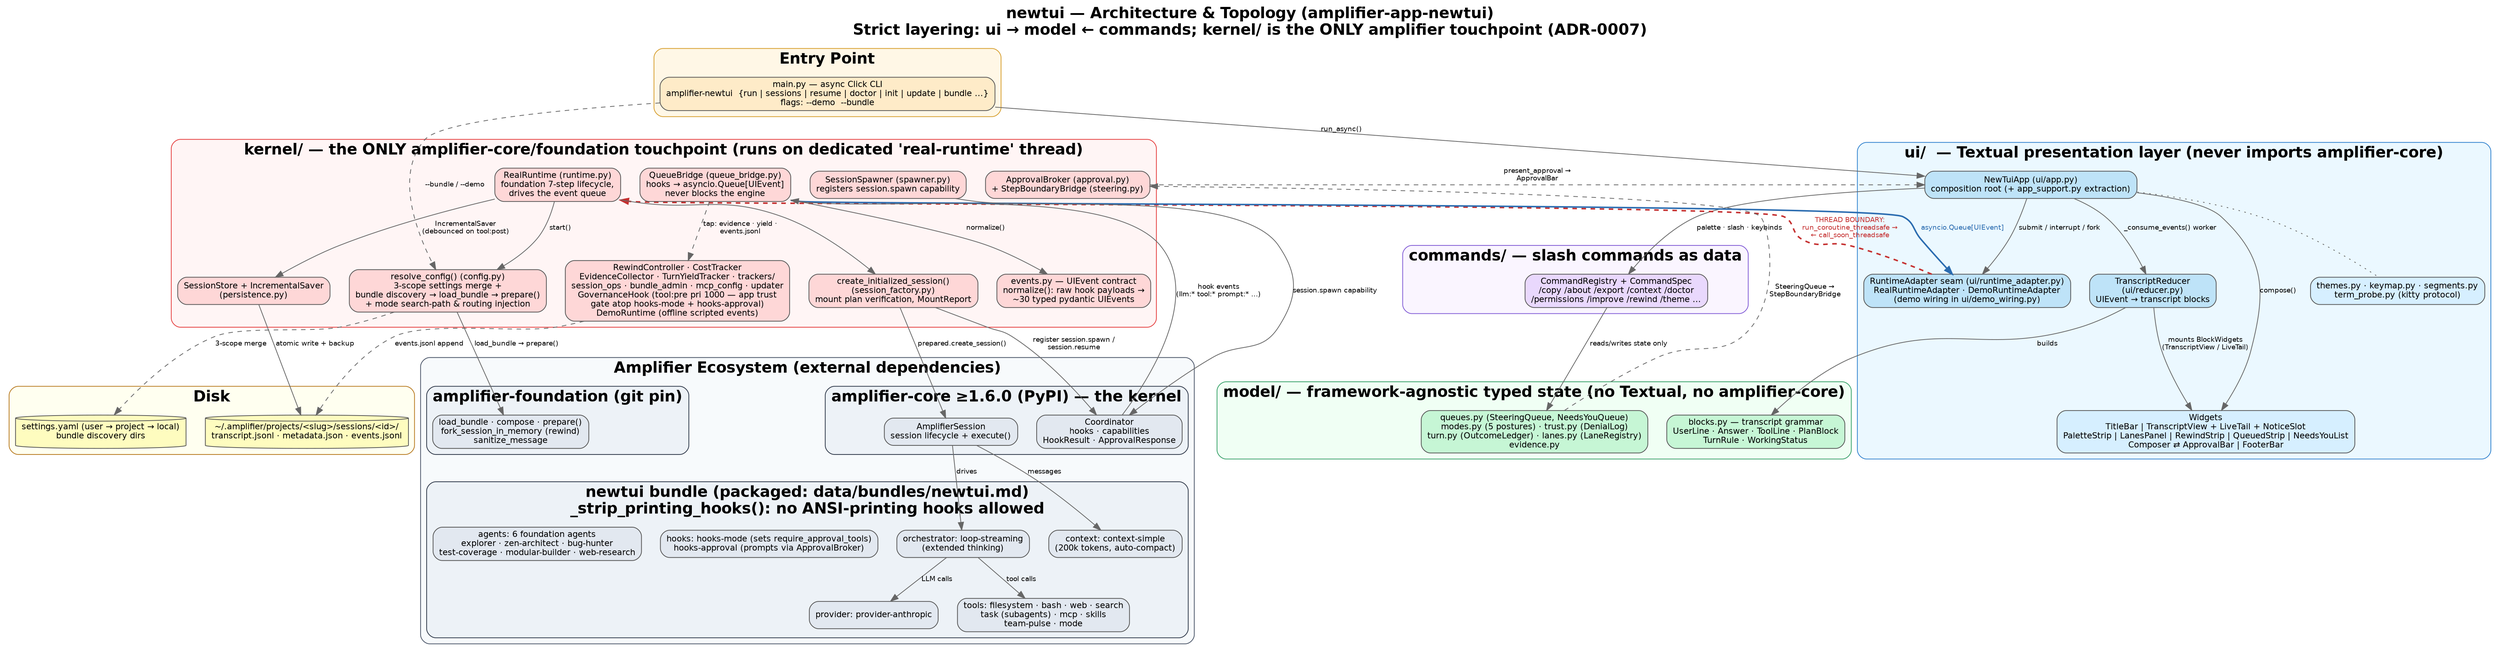
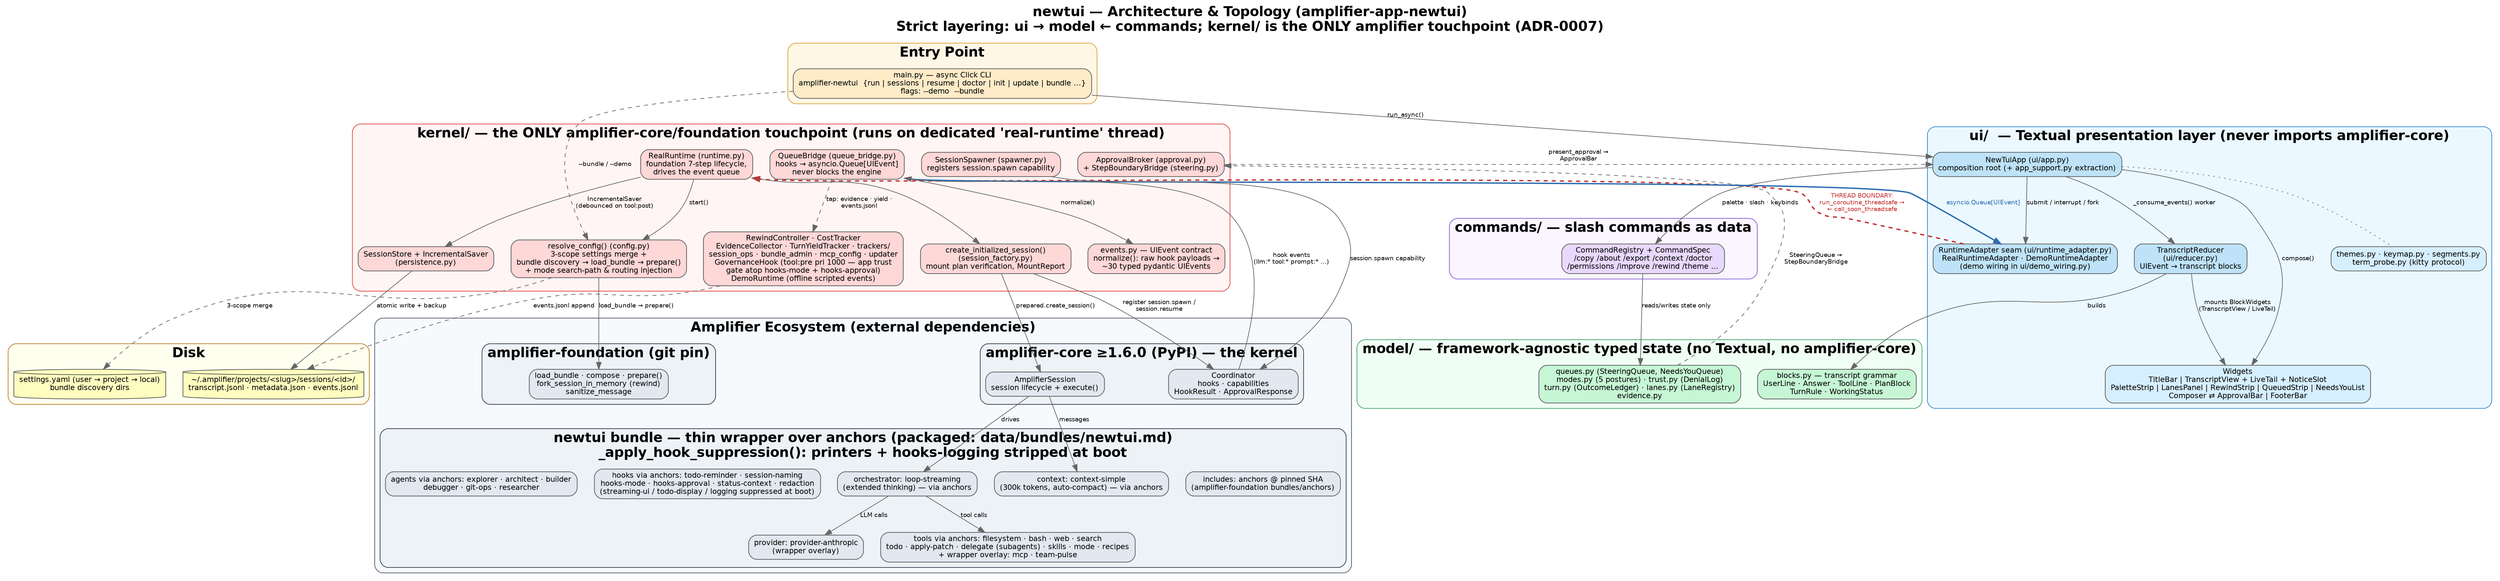
digraph newtui_architecture {
    label="newtui — Architecture & Topology (amplifier-app-newtui)\nStrict layering: ui → model ← commands; kernel/ is the ONLY amplifier touchpoint (ADR-0007)";
    labelloc="t";
    fontname="Helvetica-Bold";
    fontsize=20;
    rankdir=TB;
    compound=true;
    splines=true;
    nodesep=0.35;
    ranksep=0.55;
    node [fontname="Helvetica", fontsize=11, shape=box, style="rounded,filled", fillcolor="#FFFFFF", color="#555555"];
    edge [fontname="Helvetica", fontsize=9, color="#666666"];

    // ── Entry point ─────────────────────────────────────────────
    subgraph cluster_entry {
        label="Entry Point";
        style="rounded,filled"; fillcolor="#FFF7E6"; color="#D69E2E"; fontname="Helvetica-Bold";
        main [label="main.py — async Click CLI\namplifier-newtui  {run | sessions | resume | doctor | init | update | bundle ...}\nflags: --demo  --bundle", fillcolor="#FEEBC8"];
    }

    // ── UI layer (Textual-only) ─────────────────────────────────
    subgraph cluster_ui {
        label="ui/  — Textual presentation layer (never imports amplifier-core)";
        style="rounded,filled"; fillcolor="#EBF8FF"; color="#3182CE"; fontname="Helvetica-Bold";
        app [label="NewTuiApp (ui/app.py)\ncomposition root (+ app_support.py extraction)", fillcolor="#BEE3F8"];
        adapter [label="RuntimeAdapter seam (ui/runtime_adapter.py)\nRealRuntimeAdapter · DemoRuntimeAdapter\n(demo wiring in ui/demo_wiring.py)", fillcolor="#BEE3F8"];
        reducer [label="TranscriptReducer\n(ui/reducer.py)\nUIEvent → transcript blocks", fillcolor="#BEE3F8"];
        widgets [label="Widgets\nTitleBar | TranscriptView + LiveTail + NoticeSlot\nPaletteStrip | LanesPanel | RewindStrip | QueuedStrip | NeedsYouList\nComposer ⇄ ApprovalBar | FooterBar", fillcolor="#D6EFFF"];
        uiaux [label="themes.py · keymap.py · segments.py\nterm_probe.py (kitty protocol)", fillcolor="#D6EFFF"];
    }

    // ── Commands ────────────────────────────────────────────────
    subgraph cluster_commands {
        label="commands/ — slash commands as data";
        style="rounded,filled"; fillcolor="#FAF5FF"; color="#805AD5"; fontname="Helvetica-Bold";
        registry [label="CommandRegistry + CommandSpec\n/copy /about /export /context /doctor\n/permissions /improve /rewind /theme …", fillcolor="#E9D8FD"];
    }

    // ── Model layer ─────────────────────────────────────────────
    subgraph cluster_model {
        label="model/ — framework-agnostic typed state (no Textual, no amplifier-core)";
        style="rounded,filled"; fillcolor="#F0FFF4"; color="#38A169"; fontname="Helvetica-Bold";
        blocks [label="blocks.py — transcript grammar\nUserLine · Answer · ToolLine · PlanBlock\nTurnRule · WorkingStatus", fillcolor="#C6F6D5"];
        modelstate [label="queues.py (SteeringQueue, NeedsYouQueue)\nmodes.py (5 postures) · trust.py (DenialLog)\nturn.py (OutcomeLedger) · lanes.py (LaneRegistry)\nevidence.py", fillcolor="#C6F6D5"];
    }

    // ── Kernel adapter layer ────────────────────────────────────
    subgraph cluster_kernel {
        label="kernel/ — the ONLY amplifier-core/foundation touchpoint (runs on dedicated 'real-runtime' thread)";
        style="rounded,filled"; fillcolor="#FFF5F5"; color="#E53E3E"; fontname="Helvetica-Bold";
        runtime [label="RealRuntime (runtime.py)\nfoundation 7-step lifecycle,\ndrives the event queue", fillcolor="#FED7D7"];
        config [label="resolve_config() (config.py)\n3-scope settings merge +\nbundle discovery → load_bundle → prepare()\n+ mode search-path & routing injection", fillcolor="#FED7D7"];
        factory [label="create_initialized_session()\n(session_factory.py)\nmount plan verification, MountReport", fillcolor="#FED7D7"];
        events [label="events.py — UIEvent contract\nnormalize(): raw hook payloads →\n~30 typed pydantic UIEvents", fillcolor="#FED7D7"];
        bridge [label="QueueBridge (queue_bridge.py)\nhooks → asyncio.Queue[UIEvent]\nnever blocks the engine", fillcolor="#FED7D7"];
        broker [label="ApprovalBroker (approval.py)\n+ StepBoundaryBridge (steering.py)", fillcolor="#FED7D7"];
        persist [label="SessionStore + IncrementalSaver\n(persistence.py)", fillcolor="#FED7D7"];
        spawner [label="SessionSpawner (spawner.py)\nregisters session.spawn capability", fillcolor="#FED7D7"];
        kernelaux [label="RewindController · CostTracker\nEvidenceCollector · TurnYieldTracker · trackers/\nsession_ops · bundle_admin · mcp_config · updater\nGovernanceHook (tool:pre pri 1000 — app trust\ngate atop hooks-mode + hooks-approval)\nDemoRuntime (offline scripted events)", fillcolor="#FED7D7"];
    }

    // ── Amplifier ecosystem (external) ──────────────────────────
    subgraph cluster_amplifier {
        label="Amplifier Ecosystem (external dependencies)";
        style="rounded,filled"; fillcolor="#F7FAFC"; color="#4A5568"; fontname="Helvetica-Bold";

        subgraph cluster_core {
            label="amplifier-core ≥1.6.0 (PyPI) — the kernel";
            style="rounded,filled"; fillcolor="#EDF2F7"; color="#2D3748";
            session [label="AmplifierSession\nsession lifecycle + execute()", fillcolor="#E2E8F0"];
            coordinator [label="Coordinator\nhooks · capabilities\nHookResult · ApprovalResponse", fillcolor="#E2E8F0"];
        }

        subgraph cluster_foundation {
            label="amplifier-foundation (git pin)";
            style="rounded,filled"; fillcolor="#EDF2F7"; color="#2D3748";
            foundation [label="load_bundle · compose · prepare()\nfork_session_in_memory (rewind)\nsanitize_message", fillcolor="#E2E8F0"];
        }

        subgraph cluster_bundle {
-             label="newtui bundle (packaged: data/bundles/newtui.md)\n_strip_printing_hooks(): no ANSI-printing hooks allowed";
+             label="newtui bundle — thin wrapper over anchors (packaged: data/bundles/newtui.md)\n_apply_hook_suppression(): printers + hooks-logging stripped at boot";
            style="rounded,filled"; fillcolor="#EDF2F7"; color="#2D3748";
-             orch [label="orchestrator: loop-streaming\n(extended thinking)", fillcolor="#E2E8F0"];
-             provider [label="provider: provider-anthropic", fillcolor="#E2E8F0"];
-             ctx [label="context: context-simple\n(200k tokens, auto-compact)", fillcolor="#E2E8F0"];
-             tools [label="tools: filesystem · bash · web · search\ntask (subagents) · mcp · skills\nteam-pulse · mode", fillcolor="#E2E8F0"];
-             bhooks [label="hooks: hooks-mode (sets require_approval_tools)\nhooks-approval (prompts via ApprovalBroker)", fillcolor="#E2E8F0"];
-             bagents [label="agents: 6 foundation agents\nexplorer · zen-architect · bug-hunter\ntest-coverage · modular-builder · web-research", fillcolor="#E2E8F0"];
+             anchors_inc [label="includes: anchors @ pinned SHA\n(amplifier-foundation bundles/anchors)", fillcolor="#E2E8F0"];
+             orch [label="orchestrator: loop-streaming\n(extended thinking) — via anchors", fillcolor="#E2E8F0"];
+             provider [label="provider: provider-anthropic\n(wrapper overlay)", fillcolor="#E2E8F0"];
+             ctx [label="context: context-simple\n(300k tokens, auto-compact) — via anchors", fillcolor="#E2E8F0"];
+             tools [label="tools via anchors: filesystem · bash · web · search\ntodo · apply-patch · delegate (subagents) · skills · mode · recipes\n+ wrapper overlay: mcp · team-pulse", fillcolor="#E2E8F0"];
+             bhooks [label="hooks via anchors: todo-reminder · session-naming\nhooks-mode · hooks-approval · status-context · redaction\n(streaming-ui / todo-display / logging suppressed at boot)", fillcolor="#E2E8F0"];
+             bagents [label="agents via anchors: explorer · architect · builder\ndebugger · git-ops · researcher", fillcolor="#E2E8F0"];
        }
    }

    // ── Persistence (disk) ──────────────────────────────────────
    subgraph cluster_disk {
        label="Disk";
        style="rounded,filled"; fillcolor="#FFFFF0"; color="#B7791F"; fontname="Helvetica-Bold";
        sessiondir [label="~/.amplifier/projects/<slug>/sessions/<id>/\ntranscript.jsonl · metadata.json · events.jsonl", shape=cylinder, fillcolor="#FEFCBF"];
        settings [label="settings.yaml (user → project → local)\nbundle discovery dirs", shape=cylinder, fillcolor="#FEFCBF"];
    }

    // ── Topology edges ──────────────────────────────────────────
    main -> app [label="run_async()"];
    main -> config [label="--bundle / --demo", style=dashed];

    app -> adapter [label="submit / interrupt / fork"];
    app -> widgets [label="compose()"];
    app -> reducer [label="_consume_events() worker"];
    reducer -> blocks [label="builds"];
    reducer -> widgets [label="mounts BlockWidgets\n(TranscriptView / LiveTail)"];
    app -> registry [label="palette · slash · keybinds"];
    registry -> modelstate [label="reads/writes state only"];
    app -> uiaux [style=dotted, arrowhead=none];

    adapter -> runtime [label="THREAD BOUNDARY:\nrun_coroutine_threadsafe →\n← call_soon_threadsafe", style="bold,dashed", color="#C53030", fontcolor="#C53030"];

    runtime -> config [label="start()"];
    config -> foundation [label="load_bundle → prepare()"];
    config -> settings [label="3-scope merge", style=dashed];
    runtime -> factory;
    factory -> session [label="prepared.create_session()"];
    factory -> coordinator [label="register session.spawn /\nsession.resume"];
    spawner -> coordinator [label="session.spawn capability"];

    session -> orch [label="drives"];
    orch -> provider [label="LLM calls"];
    orch -> tools [label="tool calls"];
    session -> ctx [label="messages"];

    coordinator -> bridge [label="hook events\n(llm:* tool:* prompt:* …)"];
    bridge -> events [label="normalize()"];
    bridge -> adapter [label="asyncio.Queue[UIEvent]", color="#2B6CB0", fontcolor="#2B6CB0", penwidth=2];
    bridge -> kernelaux [label="tap: evidence · yield ·\nevents.jsonl", style=dashed];

    broker -> app [label="present_approval →\nApprovalBar", style=dashed];
    modelstate -> broker [label="SteeringQueue →\nStepBoundaryBridge", style=dashed];

    persist -> sessiondir [label="atomic write + backup"];
    runtime -> persist [label="IncrementalSaver\n(debounced on tool:post)"];
    kernelaux -> sessiondir [label="events.jsonl append", style=dashed];
}
